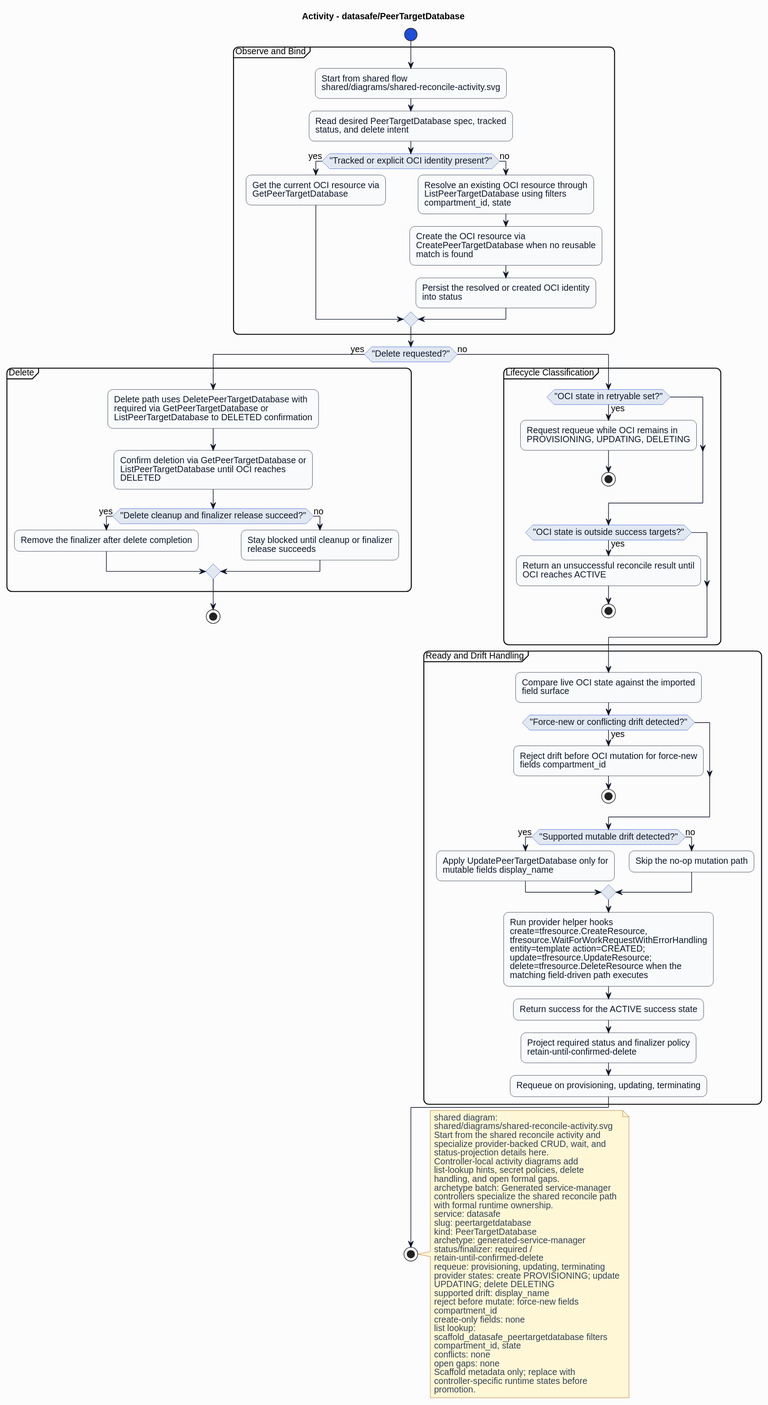
Earlier version of the PlantUML export formal/controllers/datasafe/peertargetdatabase/diagrams/activity.svg (HaoyL666/oci-service-operator).
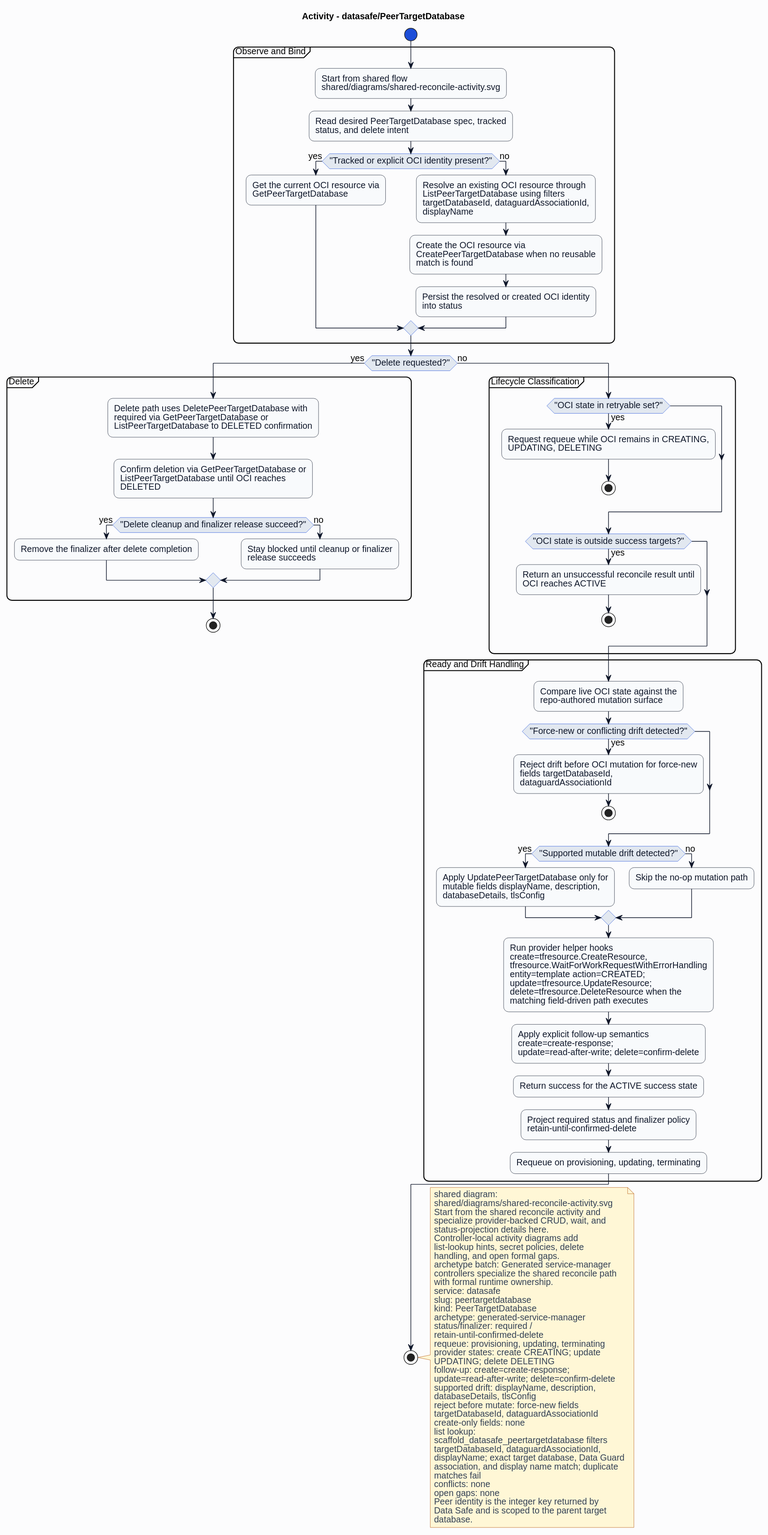
Later version of the same file.

Diff of the diagram source:
```diff
@@ -27,7 +27,7 @@
 if ("Tracked or explicit OCI identity present?") then (yes)
 :Get the current OCI resource via\nGetPeerTargetDatabase;
 else (no)
-:Resolve an existing OCI resource through\nListPeerTargetDatabase using filters\ncompartment_id, state;
+:Resolve an existing OCI resource through\nListPeerTargetDatabase using filters\ntargetDatabaseId, dataguardAssociationId,\ndisplayName;
 :Create the OCI resource via\nCreatePeerTargetDatabase when no reusable\nmatch is found;
 :Persist the resolved or created OCI identity\ninto status;
 endif
@@ -46,7 +46,7 @@
 else (no)
 partition "Lifecycle Classification" {
 if ("OCI state in retryable set?") then (yes)
-:Request requeue while OCI remains in\nPROVISIONING, UPDATING, DELETING;
+:Request requeue while OCI remains in CREATING,\nUPDATING, DELETING;
 stop
 endif
 if ("OCI state is outside success targets?") then (yes)
@@ -55,17 +55,18 @@
 endif
 }
 partition "Ready and Drift Handling" {
-:Compare live OCI state against the imported\nfield surface;
+:Compare live OCI state against the\nrepo-authored mutation surface;
 if ("Force-new or conflicting drift detected?") then (yes)
-:Reject drift before OCI mutation for force-new\nfields compartment_id;
+:Reject drift before OCI mutation for force-new\nfields targetDatabaseId,\ndataguardAssociationId;
 stop
 endif
 if ("Supported mutable drift detected?") then (yes)
-:Apply UpdatePeerTargetDatabase only for\nmutable fields display_name;
+:Apply UpdatePeerTargetDatabase only for\nmutable fields displayName, description,\ndatabaseDetails, tlsConfig;
 else (no)
 :Skip the no-op mutation path;
 endif
 :Run provider helper hooks\ncreate=tfresource.CreateResource,\ntfresource.WaitForWorkRequestWithErrorHandling\nentity=template action=CREATED;\nupdate=tfresource.UpdateResource;\ndelete=tfresource.DeleteResource when the\nmatching field-driven path executes;
+:Apply explicit follow-up semantics\ncreate=create-response;\nupdate=read-after-write; delete=confirm-delete;
 :Return success for the ACTIVE success state;
 :Project required status and finalizer policy\nretain-until-confirmed-delete;
 :Requeue on provisioning, updating, terminating;
@@ -91,19 +92,25 @@
 status/finalizer: required /
 retain-until-confirmed-delete
 requeue: provisioning, updating, terminating
-provider states: create PROVISIONING; update
+provider states: create CREATING; update
 UPDATING; delete DELETING
-supported drift: display_name
+follow-up: create=create-response;
+update=read-after-write; delete=confirm-delete
+supported drift: displayName, description,
+databaseDetails, tlsConfig
 reject before mutate: force-new fields
-compartment_id
+targetDatabaseId, dataguardAssociationId
 create-only fields: none
 list lookup:
 scaffold_datasafe_peertargetdatabase filters
-compartment_id, state
+targetDatabaseId, dataguardAssociationId,
+displayName; exact target database, Data Guard
+association, and display name match; duplicate
+matches fail
 conflicts: none
 open gaps: none
-Scaffold metadata only; replace with
-controller-specific runtime states before
-promotion.
+Peer identity is the integer key returned by
+Data Safe and is scoped to the parent target
+database.
 end note
 @enduml
```
